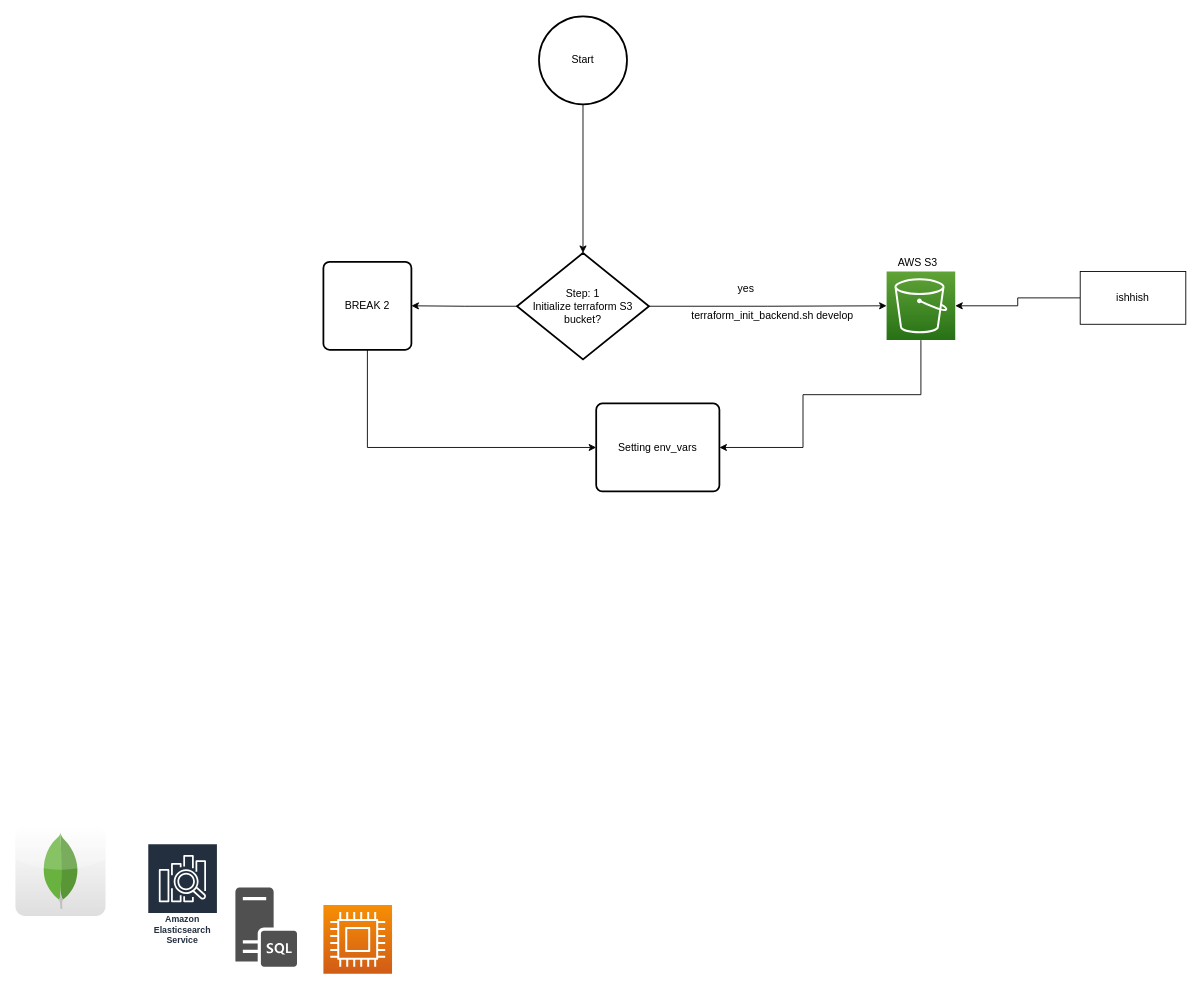
Earlier version of the draw.io diagram Untitled Diagram.drawio (Rahul-wd/diagrams). Source tidied: cells renumbered, new cells numbered last; positions are measured from the earlier drawing's top-left corner, leaving out a move shared by most shapes. Both pictures are drawn from the tidied source at 88%, with x=0, y=0 at pixel (15, 16).
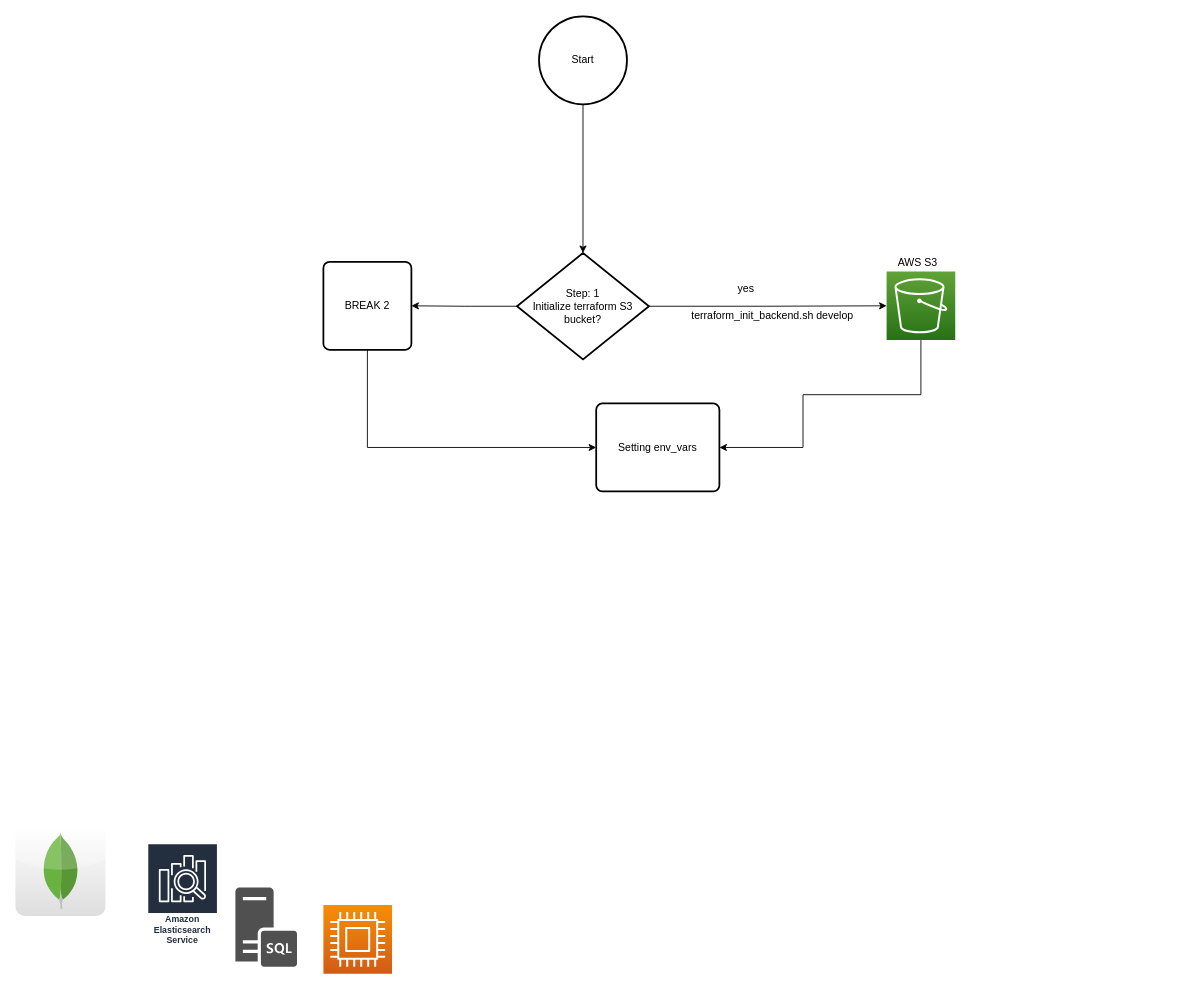
The same diagram, later.

Unchanged cells that the change refers to:
```xml
<mxCell id="3" style="sketch=0;points=[[0,0,0],[0.25,0,0],[0.5,0,0],[0.75,0,0],[1,0,0],[0,1,0],[0.25,1,0],[0.5,1,0],[0.75,1,0],[1,1,0],[0,0.25,0],[0,0.5,0],[0,0.75,0],[1,0.25,0],[1,0.5,0],[1,0.75,0]];outlineConnect=0;fontColor=#232F3E;gradientColor=#60A337;gradientDirection=north;fillColor=#277116;strokeColor=#ffffff;dashed=0;verticalLabelPosition=bottom;verticalAlign=top;align=center;html=1;fontSize=12;fontStyle=0;shape=mxgraph.aws4.resourceIcon;resIcon=mxgraph.aws4.s3;" parent="1" vertex="1">
  <mxGeometry x="990" y="290" width="78" height="78" as="geometry" />
</mxCell>
```

The edit, as a diff of the source:
```diff
@@
-    <mxCell id="19" style="edgeStyle=orthogonalEdgeStyle;rounded=0;jettySize=auto;html=1;entryX=1;entryY=0.5;entryDx=0;entryDy=0;entryPerimeter=0;" parent="1" edge="1" source="20" target="3">
-      <mxGeometry relative="1" as="geometry" />
-    </mxCell>
-    <mxCell id="20" value="ishhish" style="whiteSpace=wrap;html=1;" parent="1" vertex="1">
-      <mxGeometry x="1210" y="290" width="120" height="60" as="geometry" />
-    </mxCell>
```
